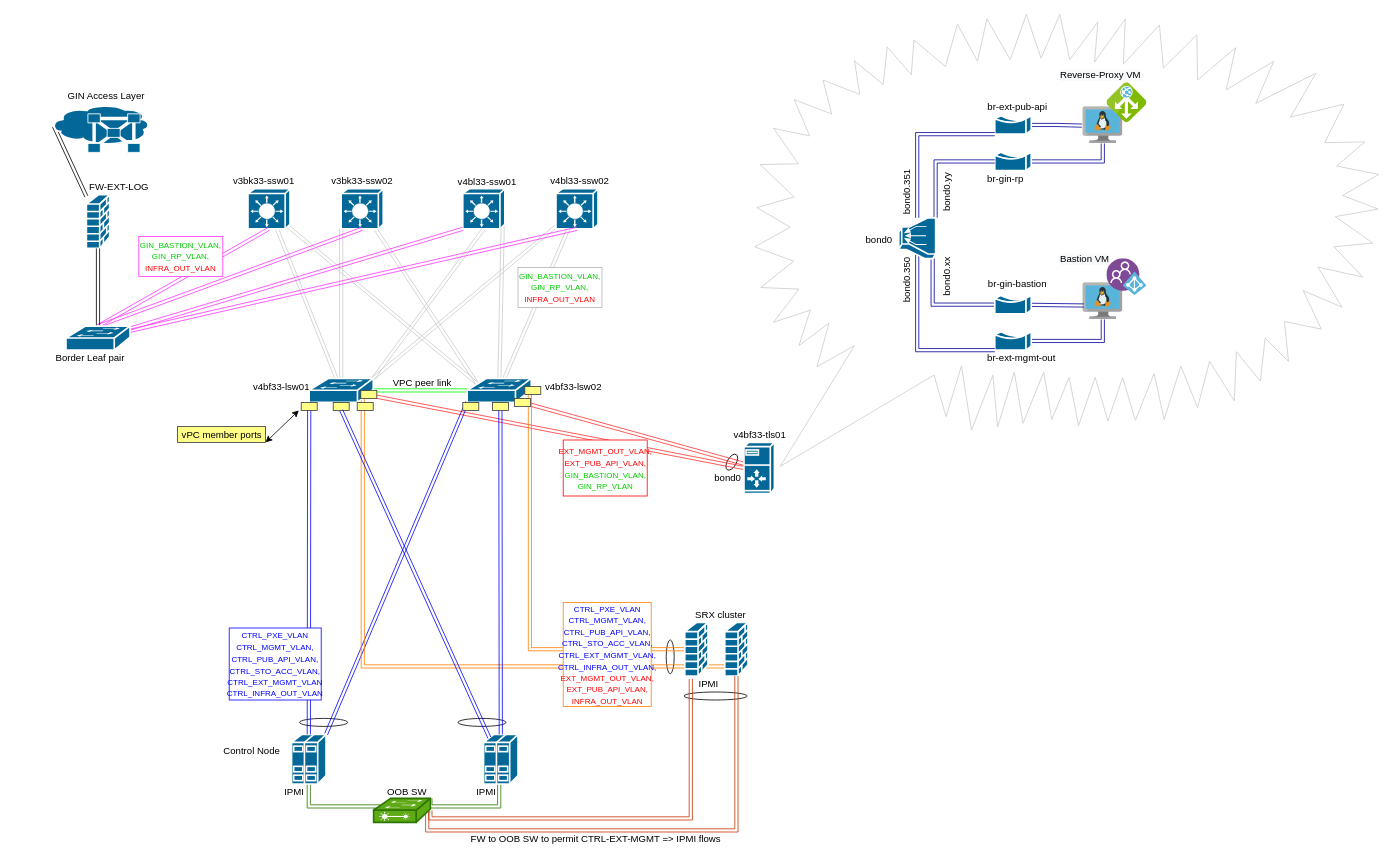
This is LLD_OPC_VdR_wToolServer(bastion+RP).drawio from bogdanadrian-burciu/diagrams-net, a draw.io file, before an edit. Source tidied: cells renumbered, new cells numbered last; positions are measured from the earlier drawing's top-left corner, leaving out a move shared by most shapes. Both pictures are drawn from the tidied source at 80%, with x=0, y=0 at pixel (50, 14).
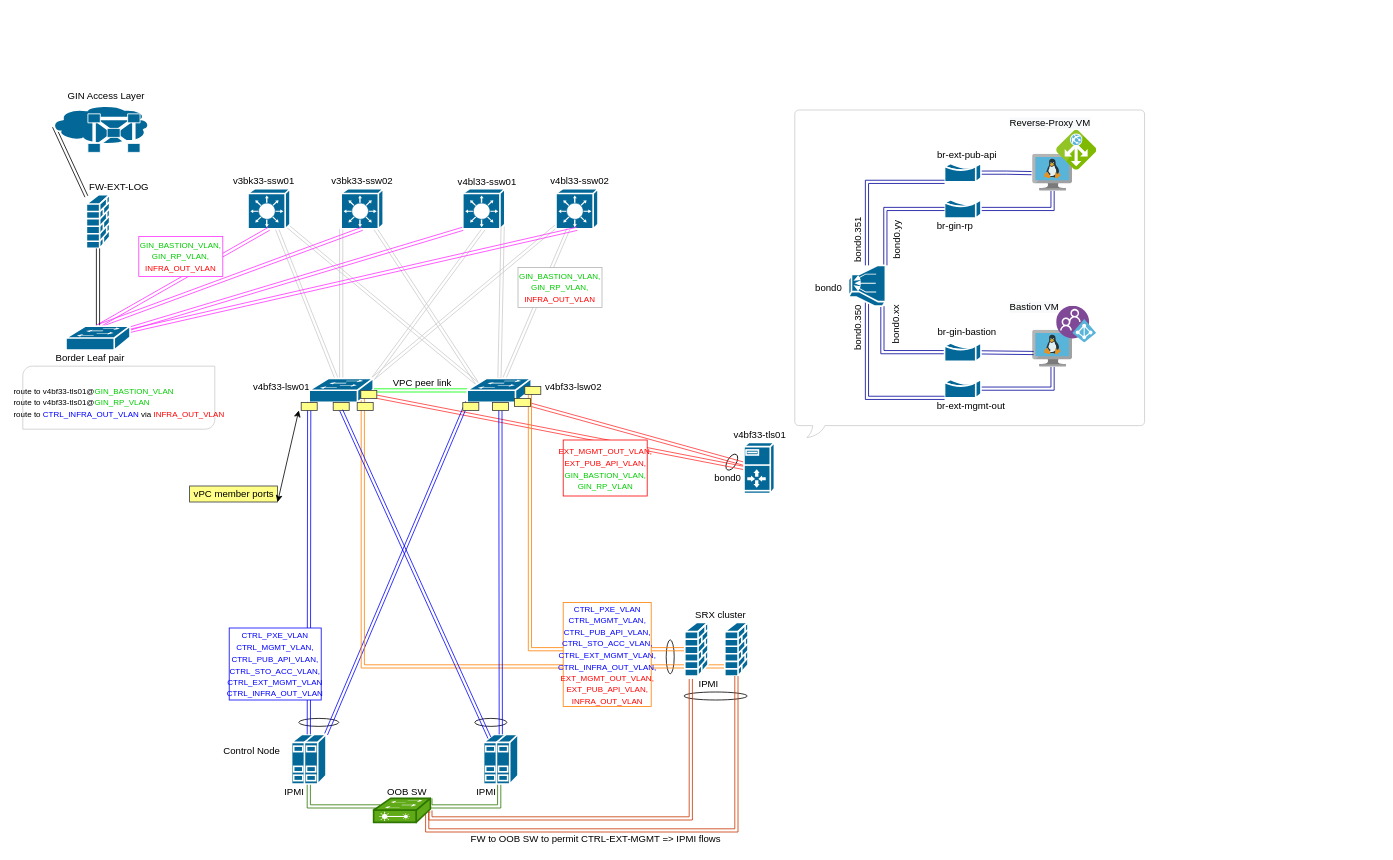
The same page after the edit.

Diff of the diagram source:
```diff
@@
+    <mxCell id="123" style="verticalLabelPosition=bottom;verticalAlign=top;html=1;shape=mxgraph.basic.diag_round_rect;dx=6;strokeColor=#CCCCCC;rotation=-180;" parent="1" vertex="1">
+      <mxGeometry x="-34" y="440.2" width="240" height="78.8" as="geometry" />
+    </mxCell>
+    <mxCell id="124" style="whiteSpace=wrap;html=1;shape=mxgraph.basic.roundRectCallout;dx=30;dy=15;size=5;boundedLbl=1;strokeColor=#CCCCCC;" parent="1" vertex="1">
+      <mxGeometry x="931" y="120" width="437.2" height="409.5" as="geometry" />
+    </mxCell>
@@
-    <mxCell id="5" style="whiteSpace=wrap;html=1;shape=mxgraph.basic.loud_callout;strokeColor=#CCCCCC;" parent="1" vertex="1">
-      <mxGeometry x="881" y="0.5" width="780" height="565" as="geometry" />
-    </mxCell>
     <mxCell id="6" style="ellipse;whiteSpace=wrap;html=1;" parent="1" vertex="1">
-      <mxGeometry x="312" y="880.5" width="60" height="10" as="geometry" />
+      <mxGeometry x="311" y="880.5" width="50" height="10" as="geometry" />
     </mxCell>
     <mxCell id="7" style="ellipse;whiteSpace=wrap;html=1;" parent="1" vertex="1">
-      <mxGeometry x="510" y="880.5" width="60" height="10" as="geometry" />
+      <mxGeometry x="531" y="880.5" width="40" height="10" as="geometry" />
     </mxCell>
@@
     <mxCell id="39" value="vPC member ports" style="rounded=0;whiteSpace=wrap;html=1;fillColor=#ffff88;strokeColor=#36393d;" parent="1" vertex="1">
-      <mxGeometry x="159.5" y="515.5" width="110" height="20" as="geometry" />
+      <mxGeometry x="174.5" y="590" width="110" height="20" as="geometry" />
     </mxCell>
@@
     <mxCell id="78" style="html=1;points=[];align=center;image;fontSize=12;image=img/lib/mscae/VM_Linux.svg;" parent="1" vertex="1">
-      <mxGeometry x="1291" y="115.8" width="50" height="46" as="geometry" />
+      <mxGeometry x="1228.2" y="175.2" width="50" height="46" as="geometry" />
     </mxCell>
     <mxCell id="79" style="html=1;points=[];align=center;image;fontSize=12;image=img/lib/mscae/VM_Linux.svg;" parent="1" vertex="1">
-      <mxGeometry x="1291" y="335.8" width="50" height="46" as="geometry" />
+      <mxGeometry x="1228.2" y="395.2" width="50" height="46" as="geometry" />
     </mxCell>
     <mxCell id="80" style="html=1;align=center;image;fontSize=12;image=img/lib/mscae/Application_Gateway.svg;" parent="1" vertex="1">
-      <mxGeometry x="1321" y="85.8" width="50" height="50" as="geometry" />
+      <mxGeometry x="1258.2" y="145.2" width="50" height="50" as="geometry" />
     </mxCell>
     <mxCell id="81" style="html=1;align=center;image;fontSize=12;image=img/lib/mscae/Azure_AD_B2C.svg;" parent="1" vertex="1">
-      <mxGeometry x="1321" y="305.8" width="50" height="46" as="geometry" />
+      <mxGeometry x="1258.2" y="365.2" width="50" height="46" as="geometry" />
     </mxCell>
@@
     <mxCell id="83" style="shape=mxgraph.cisco.misc.bridge;html=1;dashed=0;fillColor=#036897;strokeColor=#ffffff;strokeWidth=2;verticalLabelPosition=bottom;verticalAlign=top;align=center;outlineConnect=0;" parent="1" vertex="1">
-      <mxGeometry x="1181" y="127.2" width="45.5" height="23" as="geometry" />
+      <mxGeometry x="1118.2" y="186.8" width="45.5" height="23" as="geometry" />
     </mxCell>
@@
     <mxCell id="85" style="shape=mxgraph.cisco.misc.bridge;html=1;dashed=0;fillColor=#036897;strokeColor=#ffffff;strokeWidth=2;verticalLabelPosition=bottom;verticalAlign=top;align=center;outlineConnect=0;" parent="1" vertex="1">
-      <mxGeometry x="1181" y="172.8" width="45.5" height="23" as="geometry" />
+      <mxGeometry x="1118.2" y="232.2" width="45.5" height="23" as="geometry" />
     </mxCell>
@@
     <mxCell id="88" style="shape=mxgraph.cisco.misc.bridge;html=1;dashed=0;fillColor=#036897;strokeColor=#ffffff;strokeWidth=2;verticalLabelPosition=bottom;verticalAlign=top;align=center;outlineConnect=0;" parent="1" vertex="1">
-      <mxGeometry x="1181" y="351.8" width="45.5" height="23" as="geometry" />
+      <mxGeometry x="1118.2" y="411.2" width="45.5" height="23" as="geometry" />
     </mxCell>
@@
     <mxCell id="90" style="shape=mxgraph.cisco.misc.bridge;html=1;dashed=0;fillColor=#036897;strokeColor=#ffffff;strokeWidth=2;verticalLabelPosition=bottom;verticalAlign=top;align=center;outlineConnect=0;" parent="1" vertex="1">
-      <mxGeometry x="1181" y="397.2" width="45.5" height="23" as="geometry" />
+      <mxGeometry x="1118.2" y="456.8" width="45.5" height="23" as="geometry" />
     </mxCell>
     <mxCell id="91" value="&lt;span style=&quot;color: rgb(0 , 0 , 0) ; font-family: &amp;#34;helvetica&amp;#34; ; font-size: 12px ; font-style: normal ; font-weight: 400 ; letter-spacing: normal ; text-align: center ; text-indent: 0px ; text-transform: none ; word-spacing: 0px ; background-color: rgb(248 , 249 , 250) ; display: inline ; float: none&quot;&gt;Reverse-Proxy VM&lt;/span&gt;" style="text;whiteSpace=wrap;html=1;" parent="1" vertex="1">
-      <mxGeometry x="1261" y="63" width="110" height="30" as="geometry" />
+      <mxGeometry x="1198.2" y="122.5" width="110" height="30" as="geometry" />
     </mxCell>
     <mxCell id="92" value="&lt;span style=&quot;color: rgb(0 , 0 , 0) ; font-family: &amp;#34;helvetica&amp;#34; ; font-size: 12px ; font-style: normal ; font-weight: 400 ; letter-spacing: normal ; text-align: center ; text-indent: 0px ; text-transform: none ; word-spacing: 0px ; background-color: rgb(248 , 249 , 250) ; display: inline ; float: none&quot;&gt;Bastion VM&lt;/span&gt;" style="text;whiteSpace=wrap;html=1;" parent="1" vertex="1">
-      <mxGeometry x="1261" y="293" width="110" height="30" as="geometry" />
+      <mxGeometry x="1198.2" y="352.5" width="110" height="30" as="geometry" />
     </mxCell>
     <mxCell id="93" style="edgeStyle=orthogonalEdgeStyle;shape=link;rounded=0;jettySize=auto;html=1;entryX=0;entryY=1;entryDx=0;entryDy=0;entryPerimeter=0;strokeColor=#000099;" parent="1" edge="1" source="96" target="83">
       <mxGeometry relative="1" as="geometry">
         <Array as="points">
-          <mxPoint x="1084" y="150" />
+          <mxPoint x="1021.2" y="209.5" />
         </Array>
       </mxGeometry>
     </mxCell>
@@
     <mxCell id="95" style="edgeStyle=orthogonalEdgeStyle;shape=link;rounded=0;jettySize=auto;html=1;exitX=0.5;exitY=0.095;exitDx=0;exitDy=0;exitPerimeter=0;entryX=0;entryY=1;entryDx=0;entryDy=0;entryPerimeter=0;strokeColor=#000099;" parent="1" edge="1" source="96" target="90">
       <mxGeometry relative="1" as="geometry">
         <Array as="points">
-          <mxPoint x="1084" y="420" />
+          <mxPoint x="1021.2" y="479.5" />
         </Array>
       </mxGeometry>
     </mxCell>
     <mxCell id="96" style="shape=mxgraph.cisco.misc.dslam;html=1;dashed=0;fillColor=#036897;strokeColor=#ffffff;strokeWidth=2;verticalLabelPosition=bottom;verticalAlign=top;align=center;outlineConnect=0;rotation=-180;" parent="1" vertex="1">
-      <mxGeometry x="1061" y="254.8" width="46" height="51" as="geometry" />
+      <mxGeometry x="998.2" y="314.2" width="46" height="51" as="geometry" />
     </mxCell>
     <mxCell id="97" value="bond0" style="text;html=1;align=center;verticalAlign=middle;" parent="1" vertex="1">
-      <mxGeometry x="1011" y="273" width="50" height="20" as="geometry" />
+      <mxGeometry x="948.2" y="332.5" width="50" height="20" as="geometry" />
     </mxCell>
     <mxCell id="98" value="bond0.351" style="text;html=1;align=center;verticalAlign=middle;rotation=-90;" parent="1" vertex="1">
-      <mxGeometry x="1037" y="213" width="70" height="20" as="geometry" />
+      <mxGeometry x="974.2" y="272.5" width="70" height="20" as="geometry" />
     </mxCell>
     <mxCell id="99" value="bond0.350" style="text;html=1;align=center;verticalAlign=middle;rotation=-90;" parent="1" vertex="1">
-      <mxGeometry x="1037" y="323" width="70" height="20" as="geometry" />
+      <mxGeometry x="974.2" y="382.5" width="70" height="20" as="geometry" />
     </mxCell>
     <mxCell id="100" value="br-ext-mgmt-out" style="text;html=1;align=center;verticalAlign=middle;" parent="1" vertex="1">
-      <mxGeometry x="1163.8" y="420.2" width="100" height="20" as="geometry" />
+      <mxGeometry x="1101" y="479.8" width="100" height="20" as="geometry" />
     </mxCell>
     <mxCell id="101" value="br-ext-pub-api" style="text;html=1;align=center;verticalAlign=middle;" parent="1" vertex="1">
-      <mxGeometry x="1163.8" y="107.2" width="90" height="20" as="geometry" />
+      <mxGeometry x="1101" y="166.8" width="90" height="20" as="geometry" />
     </mxCell>
@@
     <mxCell id="103" value="bond0.xx" style="text;html=1;align=center;verticalAlign=middle;rotation=-90;" parent="1" vertex="1">
-      <mxGeometry x="1091" y="318.8" width="60" height="20" as="geometry" />
+      <mxGeometry x="1028.2" y="378.2" width="60" height="20" as="geometry" />
     </mxCell>
     <mxCell id="104" value="bond0.yy" style="text;html=1;align=center;verticalAlign=middle;rotation=-90;" parent="1" vertex="1">
-      <mxGeometry x="1091" y="213" width="60" height="20" as="geometry" />
+      <mxGeometry x="1028.2" y="272.5" width="60" height="20" as="geometry" />
     </mxCell>
     <mxCell id="105" value="br-gin-rp" style="text;html=1;align=center;verticalAlign=middle;" parent="1" vertex="1">
-      <mxGeometry x="1163.8" y="195.8" width="60" height="20" as="geometry" />
+      <mxGeometry x="1101" y="255.2" width="60" height="20" as="geometry" />
     </mxCell>
     <mxCell id="106" value="br-gin-bastion" style="text;html=1;align=center;verticalAlign=middle;" parent="1" vertex="1">
-      <mxGeometry x="1163.8" y="328.2" width="90" height="20" as="geometry" />
+      <mxGeometry x="1101" y="387.8" width="90" height="20" as="geometry" />
     </mxCell>
@@
+    <mxCell id="125" value="&lt;div style=&quot;text-align: left&quot;&gt;&lt;font style=&quot;font-size: 10px&quot;&gt;route to v4bf33-tls01@&lt;span style=&quot;color: rgb(0 , 204 , 0) ; font-family: &amp;#34;calibri&amp;#34; , sans-serif ; text-transform: uppercase&quot;&gt;GIN_BASTION_VLAN&lt;/span&gt;&lt;/font&gt;&lt;/div&gt;&lt;div style=&quot;text-align: left&quot;&gt;&lt;font style=&quot;font-size: 10px&quot;&gt;&lt;span&gt;route to v4bf33-tls01@&lt;/span&gt;&lt;span style=&quot;color: rgb(0 , 204 , 0) ; font-family: &amp;#34;calibri&amp;#34; , sans-serif ; text-transform: uppercase&quot;&gt;GIN_RP_VLAN&amp;nbsp; &amp;nbsp; &amp;nbsp; &amp;nbsp; &amp;nbsp; &amp;nbsp;&lt;/span&gt;&lt;/font&gt;&lt;/div&gt;&lt;div style=&quot;text-align: left&quot;&gt;&lt;font style=&quot;font-size: 10px&quot;&gt;route to&amp;nbsp;&lt;span style=&quot;color: rgb(0 , 0 , 255) ; font-family: &amp;#34;calibri&amp;#34; , sans-serif ; text-transform: uppercase&quot;&gt;CTRL_INFRA_OUT_VLAN&lt;/span&gt;&amp;nbsp;via&amp;nbsp;&lt;span style=&quot;color: rgb(255 , 0 , 0) ; font-family: &amp;#34;calibri&amp;#34; , sans-serif ; text-transform: uppercase&quot;&gt;INFRA_OUT_VLAN&lt;/span&gt;&lt;/font&gt;&lt;/div&gt;" style="text;html=1;align=center;verticalAlign=middle;" parent="1" vertex="1">
+      <mxGeometry x="-39" y="459.5" width="250" height="50" as="geometry" />
+    </mxCell>
```
